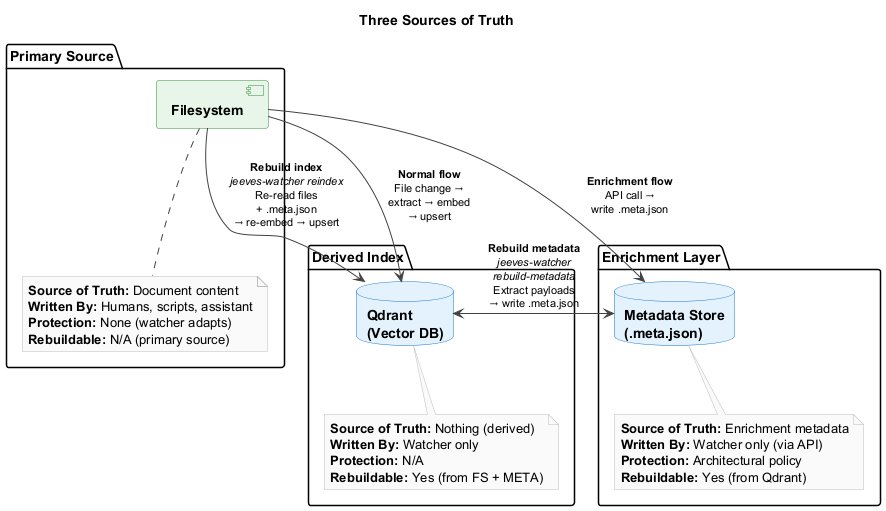
Above: packages/service/assets/three-sources-of-truth.png in karmaniverous/jeeves-watcher (PlantUML), before the change.
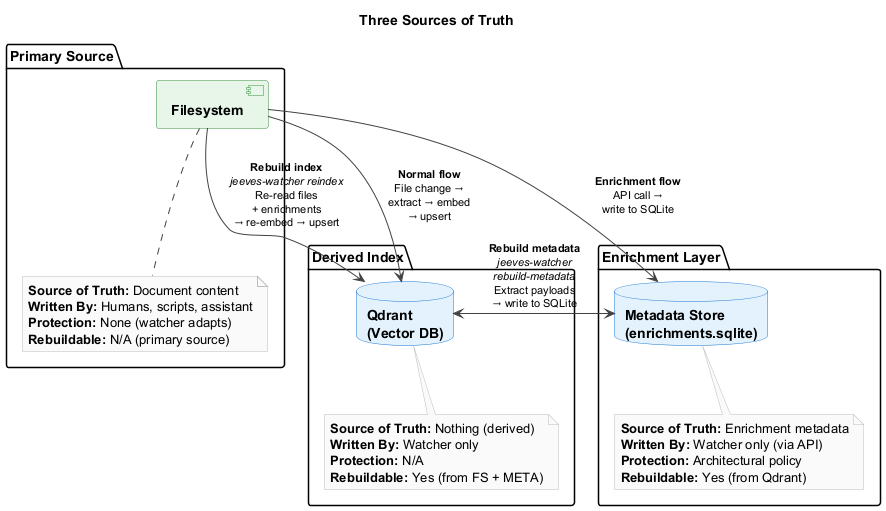
After the commit.

Diff of the diagram source:
```diff
@@ -27,7 +27,7 @@
 }
 
 package "Enrichment Layer" {
-  database "Metadata Store\n(.meta.json)" as META
+  database "Metadata Store\n(enrichments.sqlite)" as META
   note bottom of META
     **Source of Truth:** Enrichment metadata
     **Written By:** Watcher only (via API)
@@ -47,11 +47,11 @@
 }
 
 FS -down-> QD : **Normal flow**\nFile change →\nextract → embed\n→ upsert
-FS -down-> META : **Enrichment flow**\nAPI call →\nwrite .meta.json
+FS -down-> META : **Enrichment flow**\nAPI call →\nwrite to SQLite
 
-QD -up-> META : **Rebuild metadata**\n//jeeves-watcher//\n//rebuild-metadata//\nExtract payloads\n→ write .meta.json
+QD -up-> META : **Rebuild metadata**\n//jeeves-watcher//\n//rebuild-metadata//\nExtract payloads\n→ write to SQLite
 
-FS -right-> QD : **Rebuild index**\n//jeeves-watcher reindex//\nRe-read files\n+ .meta.json\n→ re-embed → upsert
+FS -right-> QD : **Rebuild index**\n//jeeves-watcher reindex//\nRe-read files\n+ enrichments\n→ re-embed → upsert
 META -left-> QD
 
 @enduml
```
